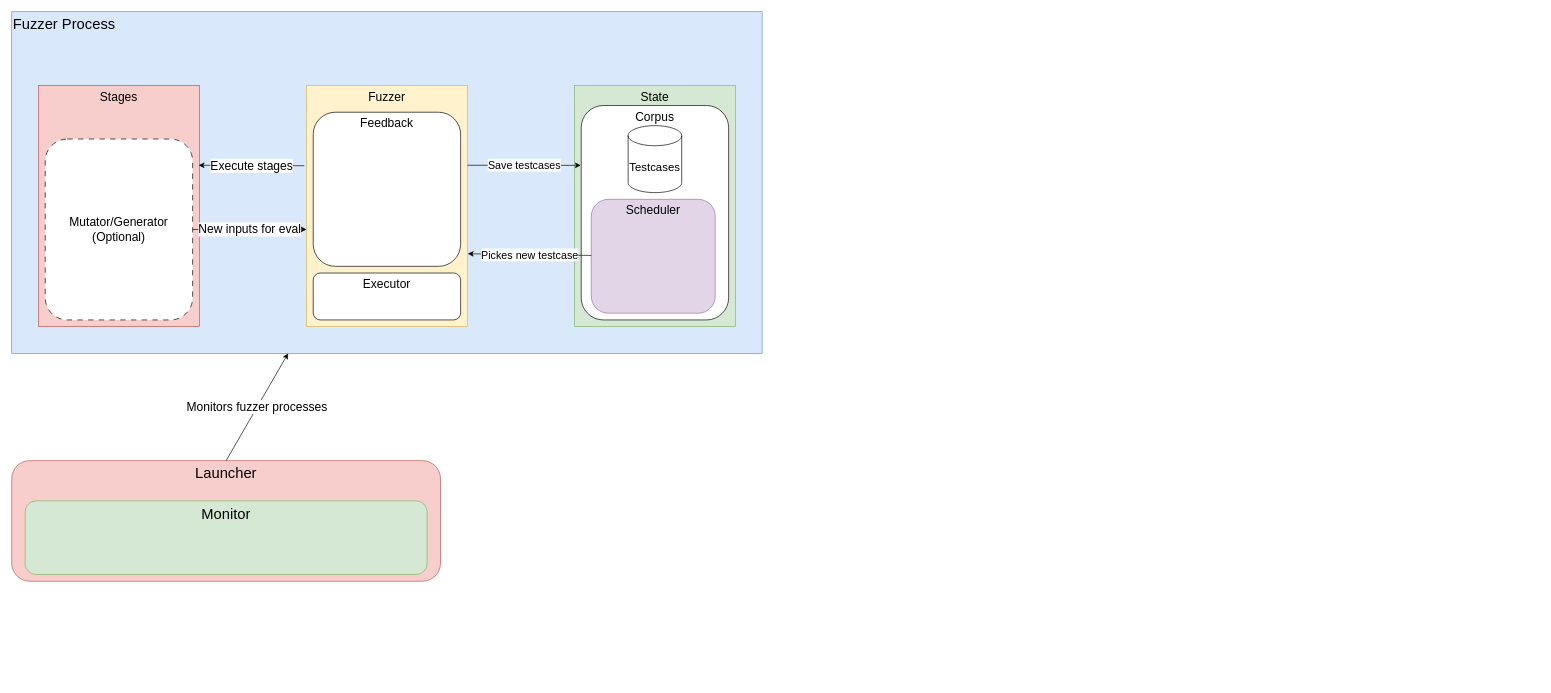
Above: book/assets/components_diagram.drawio in LibAFLminusminus/LibAFLminusminus (draw.io), before the change. Source tidied: cells renumbered, new cells numbered last; positions are measured from the earlier drawing's top-left corner, leaving out a move shared by most shapes. Both pictures are drawn from the tidied source at 67%, with x=0, y=0 at pixel (11, 11).
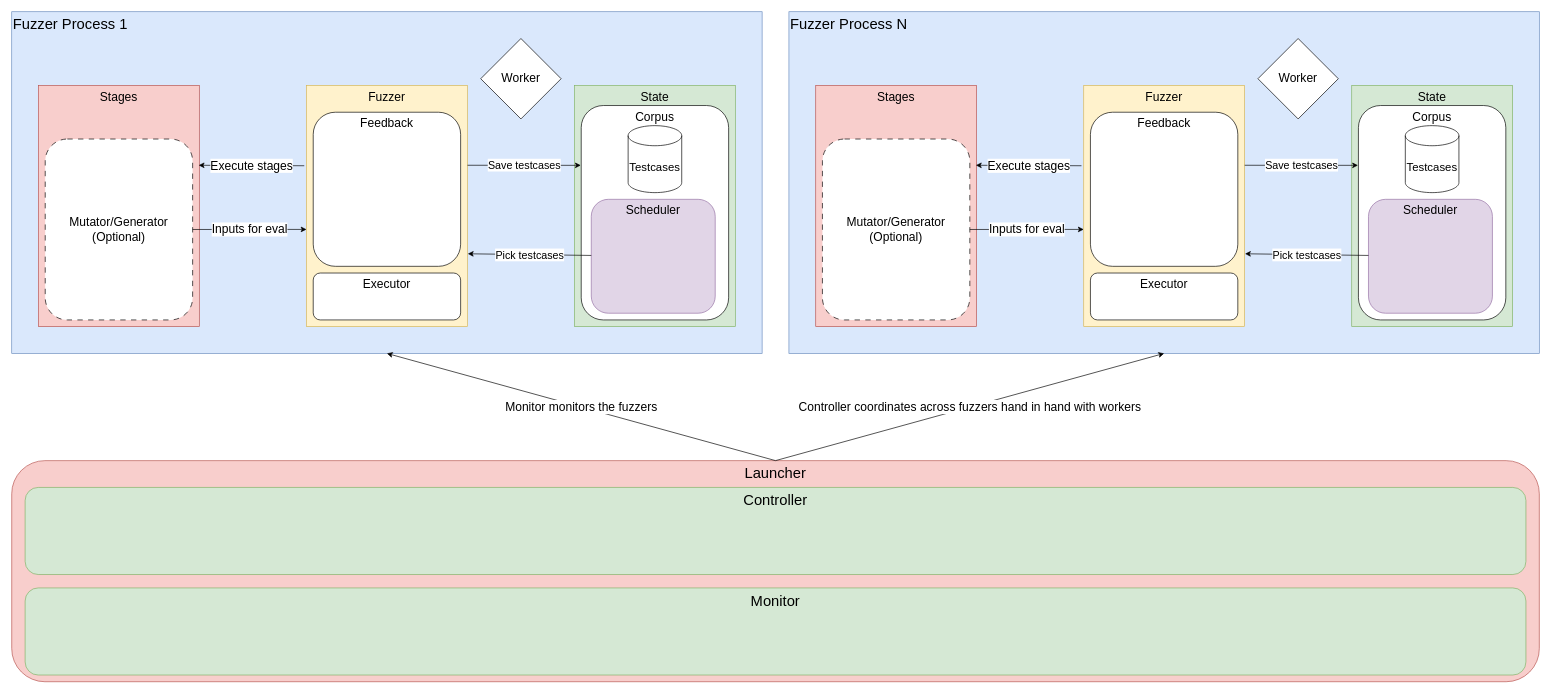
After the change.

Commit message:
upd drawing

Unchanged cells that the change refers to:
```xml
<mxCell id="3" value="&lt;font style=&quot;font-size: 18px;&quot;&gt;Fuzzer&lt;/font&gt;" style="rounded=0;whiteSpace=wrap;html=1;align=center;fillColor=#fff2cc;strokeColor=#d6b656;verticalAlign=top;" parent="1" vertex="1">
  <mxGeometry x="440" y="110" width="240" height="360" as="geometry" />
</mxCell>
<mxCell id="7" value="&lt;div&gt;&lt;font style=&quot;font-size: 18px;&quot;&gt;Scheduler&lt;/font&gt;&lt;/div&gt;&lt;div&gt;&lt;font style=&quot;font-size: 18px;&quot;&gt;&lt;br&gt;&lt;/font&gt;&lt;/div&gt;" style="rounded=1;whiteSpace=wrap;html=1;verticalAlign=top;fillColor=#e1d5e7;strokeColor=#9673a6;" parent="1" vertex="1">
  <mxGeometry x="865" y="280" width="185" height="170" as="geometry" />
</mxCell>
<mxCell id="10" value="&lt;div&gt;&lt;font style=&quot;font-size: 18px;&quot;&gt;Mutator/Generator (Optional)&lt;/font&gt;&lt;/div&gt;" style="rounded=1;whiteSpace=wrap;html=1;dashed=1;dashPattern=8 8;" parent="1" vertex="1">
  <mxGeometry x="50" y="190" width="220" height="270" as="geometry" />
</mxCell>
```

What changed in the source:
```diff
@@
-    <mxCell id="2" value="&lt;font style=&quot;font-size: 22px;&quot;&gt;Fuzzer Process&lt;/font&gt;&amp;nbsp;&amp;nbsp;" style="rounded=0;whiteSpace=wrap;html=1;fillColor=#dae8fc;strokeColor=#6c8ebf;verticalAlign=top;align=left;" parent="1" vertex="1">
+    <mxCell id="2" value="&lt;font style=&quot;font-size: 22px;&quot;&gt;Fuzzer Process 1&lt;/font&gt;" style="rounded=0;whiteSpace=wrap;html=1;fillColor=#dae8fc;strokeColor=#6c8ebf;verticalAlign=top;align=left;" parent="1" vertex="1">
       <mxGeometry width="1120" height="510" as="geometry" />
     </mxCell>
@@
-    <mxCell id="12" value="&lt;font style=&quot;font-size: 18px;&quot;&gt;New inputs for eval&lt;/font&gt;" style="endArrow=classic;html=1;rounded=0;exitX=1;exitY=0.5;exitDx=0;exitDy=0;entryX=0;entryY=0.597;entryDx=0;entryDy=0;entryPerimeter=0;" parent="1" edge="1" source="10" target="3">
+    <mxCell id="12" value="&lt;font style=&quot;font-size: 18px;&quot;&gt;Inputs for eval&lt;/font&gt;" style="endArrow=classic;html=1;rounded=0;exitX=1;exitY=0.5;exitDx=0;exitDy=0;entryX=0;entryY=0.597;entryDx=0;entryDy=0;entryPerimeter=0;" parent="1" edge="1" source="10" target="3">
       <mxGeometry relative="1" as="geometry" />
     </mxCell>
@@
-    <mxCell id="14" value="&lt;font style=&quot;font-size: 16px;&quot;&gt;Pickes new testcase&lt;/font&gt;" style="endArrow=classic;html=1;rounded=0;entryX=1.003;entryY=0.698;entryDx=0;entryDy=0;entryPerimeter=0;" parent="1" edge="1" source="7" target="3">
+    <mxCell id="14" value="&lt;font style=&quot;font-size: 16px;&quot;&gt;Pick testcases&lt;/font&gt;" style="endArrow=classic;html=1;rounded=0;entryX=1.003;entryY=0.698;entryDx=0;entryDy=0;entryPerimeter=0;" parent="1" edge="1" source="7" target="3">
       <mxGeometry relative="1" as="geometry" />
     </mxCell>
@@
     <mxCell id="16" value="Launcher" style="rounded=1;whiteSpace=wrap;html=1;fontSize=22;verticalAlign=top;fillColor=#f8cecc;strokeColor=#b85450;" parent="1" vertex="1">
-      <mxGeometry y="670" width="640" height="180" as="geometry" />
+      <mxGeometry y="670" width="2280" height="330" as="geometry" />
     </mxCell>
-    <mxCell id="17" value="&lt;div&gt;Monitors fuzzer processes&lt;/div&gt;" style="endArrow=classic;html=1;rounded=0;exitX=0.5;exitY=0;exitDx=0;exitDy=0;fontSize=18;" parent="1" edge="1" source="16" target="2">
+    <mxCell id="17" value="Monitor monitors the fuzzers" style="endArrow=classic;html=1;rounded=0;exitX=0.5;exitY=0;exitDx=0;exitDy=0;fontSize=18;entryX=0.5;entryY=1;entryDx=0;entryDy=0;" parent="1" edge="1" source="16" target="2">
       <mxGeometry relative="1" as="geometry" />
     </mxCell>
     <mxCell id="18" value="Monitor" style="rounded=1;whiteSpace=wrap;html=1;fillColor=#d5e8d4;strokeColor=#82b366;verticalAlign=top;fontSize=22;" parent="1" vertex="1">
-      <mxGeometry x="20" y="730" width="600" height="110" as="geometry" />
+      <mxGeometry x="20" y="860" width="2240" height="130" as="geometry" />
     </mxCell>
+    <mxCell id="19" value="&lt;font style=&quot;font-size: 22px;&quot;&gt;Fuzzer Process N&lt;/font&gt;&amp;nbsp;" style="rounded=0;whiteSpace=wrap;html=1;fillColor=#dae8fc;strokeColor=#6c8ebf;verticalAlign=top;align=left;" parent="1" vertex="1">
+      <mxGeometry x="1160" width="1120" height="510" as="geometry" />
+    </mxCell>
+    <mxCell id="20" value="&lt;font style=&quot;font-size: 18px;&quot;&gt;Fuzzer&lt;/font&gt;" style="rounded=0;whiteSpace=wrap;html=1;align=center;fillColor=#fff2cc;strokeColor=#d6b656;verticalAlign=top;" parent="1" vertex="1">
+      <mxGeometry x="1600" y="110" width="240" height="360" as="geometry" />
+    </mxCell>
+    <mxCell id="21" value="&lt;font style=&quot;font-size: 18px;&quot;&gt;Feedback&lt;/font&gt;" style="rounded=1;whiteSpace=wrap;html=1;verticalAlign=top;" parent="1" vertex="1">
+      <mxGeometry x="1610" y="150" width="220" height="230" as="geometry" />
+    </mxCell>
+    <mxCell id="22" value="&lt;font style=&quot;font-size: 18px;&quot;&gt;State&lt;/font&gt;" style="rounded=0;whiteSpace=wrap;html=1;align=center;fillColor=#d5e8d4;strokeColor=#82b366;verticalAlign=top;" parent="1" vertex="1">
+      <mxGeometry x="2000" y="110" width="240" height="360" as="geometry" />
+    </mxCell>
+    <mxCell id="23" value="&lt;font style=&quot;font-size: 18px;&quot;&gt;Corpus&lt;/font&gt;" style="rounded=1;whiteSpace=wrap;html=1;verticalAlign=top;" parent="1" vertex="1">
+      <mxGeometry x="2010" y="140" width="220" height="320" as="geometry" />
+    </mxCell>
+    <mxCell id="24" value="&lt;div&gt;&lt;font style=&quot;font-size: 18px;&quot;&gt;Scheduler&lt;/font&gt;&lt;/div&gt;&lt;div&gt;&lt;font style=&quot;font-size: 18px;&quot;&gt;&lt;br&gt;&lt;/font&gt;&lt;/div&gt;" style="rounded=1;whiteSpace=wrap;html=1;verticalAlign=top;fillColor=#e1d5e7;strokeColor=#9673a6;" parent="1" vertex="1">
+      <mxGeometry x="2025" y="280" width="185" height="170" as="geometry" />
+    </mxCell>
+    <mxCell id="25" value="&lt;div&gt;&lt;font style=&quot;font-size: 18px;&quot;&gt;Stages&lt;/font&gt;&lt;/div&gt;&lt;div&gt;&lt;font style=&quot;font-size: 18px;&quot;&gt;&lt;br&gt;&lt;/font&gt;&lt;/div&gt;" style="rounded=0;whiteSpace=wrap;html=1;align=center;fillColor=#f8cecc;strokeColor=#b85450;verticalAlign=top;gradientColor=none;" parent="1" vertex="1">
+      <mxGeometry x="1200" y="110" width="240" height="360" as="geometry" />
+    </mxCell>
+    <mxCell id="26" value="&lt;font style=&quot;font-size: 18px;&quot;&gt;Execute stages&lt;/font&gt;" style="endArrow=classic;html=1;rounded=0;exitX=-0.014;exitY=0.333;exitDx=0;exitDy=0;entryX=0.996;entryY=0.331;entryDx=0;entryDy=0;exitPerimeter=0;entryPerimeter=0;" parent="1" edge="1" source="20" target="25">
+      <mxGeometry relative="1" as="geometry" />
+    </mxCell>
+    <mxCell id="27" value="&lt;div&gt;&lt;font style=&quot;font-size: 18px;&quot;&gt;Mutator/Generator (Optional)&lt;/font&gt;&lt;/div&gt;" style="rounded=1;whiteSpace=wrap;html=1;dashed=1;dashPattern=8 8;" parent="1" vertex="1">
+      <mxGeometry x="1210" y="190" width="220" height="270" as="geometry" />
+    </mxCell>
+    <mxCell id="28" value="&lt;font style=&quot;font-size: 18px;&quot;&gt;Executor&lt;/font&gt;" style="rounded=1;whiteSpace=wrap;html=1;verticalAlign=top;" parent="1" vertex="1">
+      <mxGeometry x="1610" y="390" width="220" height="70" as="geometry" />
+    </mxCell>
+    <mxCell id="29" value="&lt;font style=&quot;font-size: 18px;&quot;&gt;Inputs for eval&lt;/font&gt;" style="endArrow=classic;html=1;rounded=0;exitX=1;exitY=0.5;exitDx=0;exitDy=0;entryX=0;entryY=0.597;entryDx=0;entryDy=0;entryPerimeter=0;" parent="1" edge="1" source="27" target="20">
+      <mxGeometry relative="1" as="geometry" />
+    </mxCell>
+    <mxCell id="30" value="&lt;font style=&quot;font-size: 17px;&quot;&gt;Testcases&lt;/font&gt;" style="shape=cylinder3;whiteSpace=wrap;html=1;boundedLbl=1;backgroundOutline=1;size=15;" parent="1" vertex="1">
+      <mxGeometry x="2080" y="170" width="80" height="100" as="geometry" />
+    </mxCell>
+    <mxCell id="31" value="&lt;font style=&quot;font-size: 16px;&quot;&gt;Pick testcases&lt;/font&gt;" style="endArrow=classic;html=1;rounded=0;entryX=1.003;entryY=0.698;entryDx=0;entryDy=0;entryPerimeter=0;" parent="1" edge="1" source="24" target="20">
+      <mxGeometry relative="1" as="geometry" />
+    </mxCell>
+    <mxCell id="32" value="&lt;font style=&quot;font-size: 16px;&quot;&gt;Save testcases&lt;/font&gt;" style="endArrow=classic;html=1;rounded=0;exitX=1.001;exitY=0.331;exitDx=0;exitDy=0;exitPerimeter=0;entryX=-0.003;entryY=0.279;entryDx=0;entryDy=0;entryPerimeter=0;" parent="1" edge="1" source="20" target="23">
+      <mxGeometry relative="1" as="geometry" />
+    </mxCell>
+    <mxCell id="33" value="Controller coordinates across fuzzers hand in hand with workers" style="endArrow=classic;html=1;rounded=0;exitX=0.5;exitY=0;exitDx=0;exitDy=0;fontSize=18;entryX=0.5;entryY=1;entryDx=0;entryDy=0;" parent="1" edge="1" source="16" target="19">
+      <mxGeometry relative="1" as="geometry" />
+    </mxCell>
+    <mxCell id="34" value="&lt;div&gt;Controller&lt;/div&gt;&lt;div&gt;&lt;br&gt;&lt;/div&gt;" style="rounded=1;whiteSpace=wrap;html=1;fillColor=#d5e8d4;strokeColor=#82b366;verticalAlign=top;fontSize=22;" parent="1" vertex="1">
+      <mxGeometry x="20" y="710" width="2240" height="130" as="geometry" />
+    </mxCell>
+    <mxCell id="35" value="Worker" style="rhombus;whiteSpace=wrap;html=1;fontSize=18;" parent="1" vertex="1">
+      <mxGeometry x="700" y="40" width="120" height="120" as="geometry" />
+    </mxCell>
+    <mxCell id="36" value="Worker" style="rhombus;whiteSpace=wrap;html=1;fontSize=18;" parent="1" vertex="1">
+      <mxGeometry x="1860" y="40" width="120" height="120" as="geometry" />
+    </mxCell>
```
